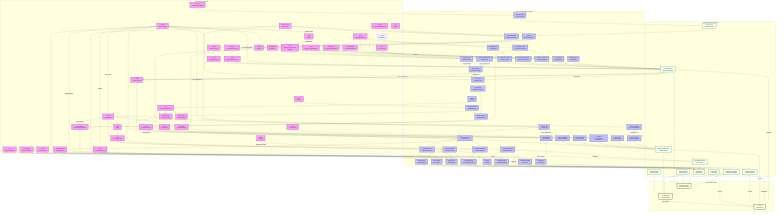
This is docs/figures/scoliosis_mechanism_map.png from sayuj1989-ops/life, a Mermaid export, as it was before one commit. Its source is kept beside it as docs/figures/scoliosis_mechanism_map.mmd.
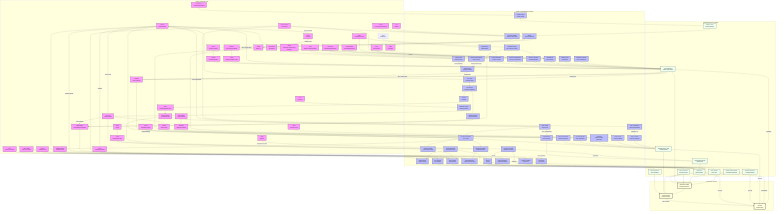
The same file after the commit.

The edit, as a diff of the source:
```diff
@@ -38,6 +38,7 @@
         KCNQ[KCNQ<br/>Potassium Channel]
         GPX4[GPX4<br/>Antioxidant Defense]
         CAV1[CAV1<br/>Caveolin-1]
+        DMD[DMD<br/>Dystrophin]
     end
 
     subgraph Processes [Cellular & Developmental Processes]
@@ -80,6 +81,7 @@
         VEGF_A[VEGF-A/PGE2<br/>Secretory Response]
         Ferroptosis[Ferroptosis<br/>Iron Overload]
         Membrane_Tension[Membrane Tension<br/>Buffering Reserve]
+        Costamere_Assembly[Costamere Assembly<br/>Force Transmission]
     end
 
     subgraph Tissue [Tissue Mechanics & Properties]
@@ -187,6 +189,10 @@
     Torsion -- "Randomized" --> Scoliosis
     Muscle_Tone -- "Asymmetry" --> Scoliosis
 
+
+    DMD --> Costamere_Assembly
+    Costamere_Assembly --> Muscle_Tone
+
     classDef gene fill:#f9f,stroke:#333,stroke-width:2px;
     classDef process fill:#bbf,stroke:#333,stroke-width:2px;
     classDef tissue fill:#efe,stroke:#333,stroke-width:2px;
@@ -279,7 +285,7 @@
     CAV1 --> Membrane_Tension
     Membrane_Tension --> YAP
 
-    class HOX,COL,PIEZO1,PIEZO2,CILIA,LBX1,ADGRG6,PTK7,YAP,PKD2L1,MMP,URP,UTS2R,GFAP,VIM,LAMIN,BMAL1,RUNX3,METTL3,ESR1,MELATONIN,MT2,HIF1A,POC5,DSTYK,TFEB,Beta_Catenin,DPY19L1L,IGF1R,GHR,SOST,FBN1,CCN,PPARGC1A,KCNQ,GPX4,CAV1 gene;
-    class Region,ECM_Assembly,Mech_Trans,Sym_Break,Neur_Diff,Muscle_Diff,Disc_Maint,PCP_Sig,Nucl_Shuttle,CSF_Sensing,Degradation,Astrogliosis,mtROS,Adipogenesis,Hydraulic_Congestion,Immune_Infilt,Circadian_Entrain,Proprio_Maint,H3K9me3,VCL_Stasis,Glymphatic_Stasis,Vestibular_Input,Gi_cAMP,Ciliary_Tuning,Hypoxia,Osteogenesis,Ciliary_Splint,Vacuole_Biogenesis,C_Mannosylation,Rapid_Growth,Energy_Deficit,mtBiogenesis,Fibrosis,TGFB,Osteocyte_Dendrite,Actin_Dynamics,VEGF_A,Ferroptosis,Membrane_Tension process;
+    class HOX,COL,PIEZO1,PIEZO2,CILIA,LBX1,ADGRG6,PTK7,YAP,PKD2L1,MMP,URP,UTS2R,GFAP,VIM,LAMIN,BMAL1,RUNX3,METTL3,ESR1,MELATONIN,MT2,HIF1A,POC5,DSTYK,TFEB,Beta_Catenin,DPY19L1L,IGF1R,GHR,SOST,FBN1,CCN,PPARGC1A,KCNQ,GPX4,CAV1,DMD gene;
+    class Region,ECM_Assembly,Mech_Trans,Sym_Break,Neur_Diff,Muscle_Diff,Disc_Maint,PCP_Sig,Nucl_Shuttle,CSF_Sensing,Degradation,Astrogliosis,mtROS,Adipogenesis,Hydraulic_Congestion,Immune_Infilt,Circadian_Entrain,Proprio_Maint,H3K9me3,VCL_Stasis,Glymphatic_Stasis,Vestibular_Input,Gi_cAMP,Ciliary_Tuning,Hypoxia,Osteogenesis,Ciliary_Splint,Vacuole_Biogenesis,C_Mannosylation,Rapid_Growth,Energy_Deficit,mtBiogenesis,Fibrosis,TGFB,Osteocyte_Dendrite,Actin_Dynamics,VEGF_A,Ferroptosis,Membrane_Tension,Costamere_Assembly process;
     class Rest_Kappa,Stiffness,Torsional_Stiffness,Gain,Torsion,Muscle_Tone,Anisotropy,TMD,Reissner_Fiber,Growth_Plate_Dysplasia tissue;
     class S_Curve,Stability,Scoliosis outcome;
```
